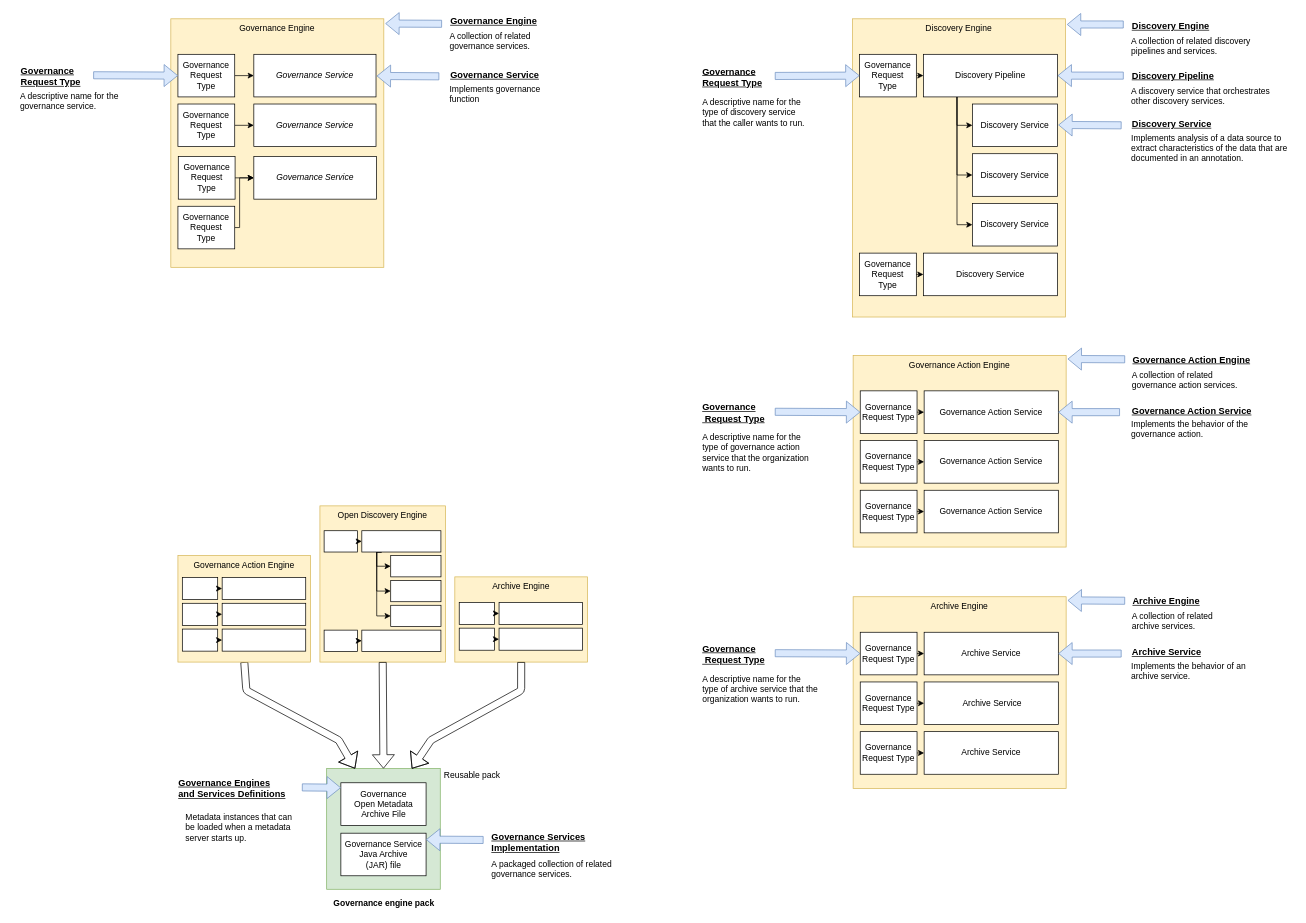
Above: page "governance-engine-packs" (6 of 8) of site/docs/guides/developer/open-metadata-archives/open-metadata-archives.drawio in odpi/egeria-docs (draw.io), before the change. Source tidied: cells renumbered, new cells numbered last; positions are measured from the earlier drawing's top-left corner, leaving out a move shared by most shapes. Both pictures are drawn from the tidied source at 71%, with x=0, y=0 at pixel (12, 13).
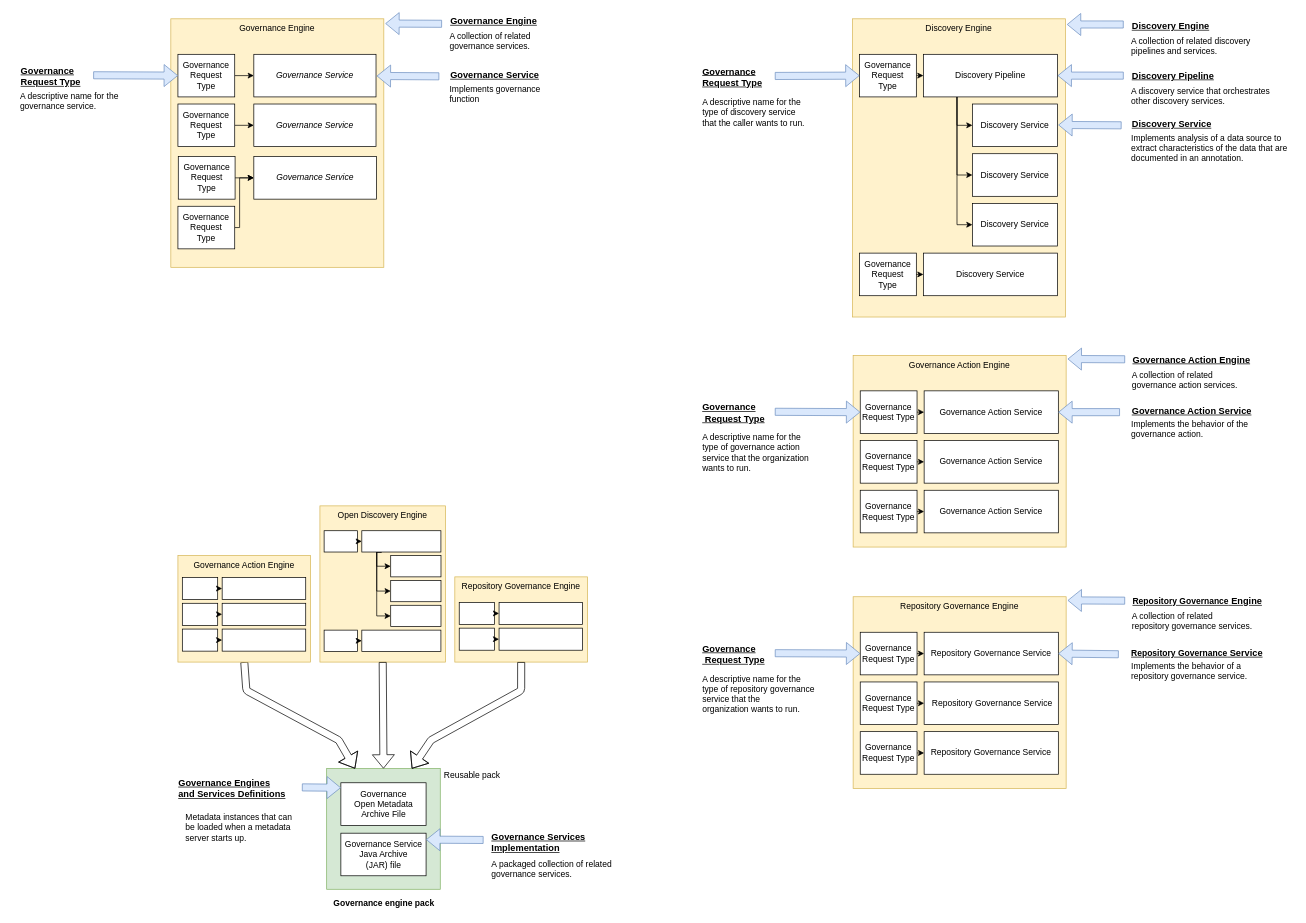
The same diagram, later.

Diff of the diagram source:
```diff
@@
-    <mxCell id="68" value="Archive Engine" style="rounded=0;whiteSpace=wrap;html=1;verticalAlign=top;fillColor=#fff2cc;strokeColor=#d6b656;" parent="1" vertex="1">
+    <mxCell id="68" value="Repository Governance Engine" style="rounded=0;whiteSpace=wrap;html=1;verticalAlign=top;fillColor=#fff2cc;strokeColor=#d6b656;" parent="1" vertex="1">
       <mxGeometry x="1184.1" y="821" width="300" height="270" as="geometry" />
     </mxCell>
-    <mxCell id="69" value="Archive Service" style="rounded=0;whiteSpace=wrap;html=1;" parent="1" vertex="1">
+    <mxCell id="69" value="Repository Governance Service" style="rounded=0;whiteSpace=wrap;html=1;" parent="1" vertex="1">
       <mxGeometry x="1284.1" y="871" width="189" height="60" as="geometry" />
     </mxCell>
-    <mxCell id="70" value="A collection of related&lt;br&gt;archive services." style="text;html=1;align=left;verticalAlign=top;spacingTop=0;spacingLeft=9;" parent="1" vertex="1">
-      <mxGeometry x="1566.1" y="835" width="140" height="30" as="geometry" />
+    <mxCell id="70" value="A collection of related&lt;br&gt;repository governance services." style="text;html=1;align=left;verticalAlign=top;spacingTop=0;spacingLeft=9;" parent="1" vertex="1">
+      <mxGeometry x="1566.1" y="835" width="190" height="30" as="geometry" />
     </mxCell>
-    <mxCell id="71" value="Implements the behavior of an&lt;br&gt;archive service.&amp;nbsp;" style="text;html=1;align=left;verticalAlign=top;spacingTop=0;spacingLeft=9;" parent="1" vertex="1">
+    <mxCell id="71" value="Implements the behavior of a&lt;br&gt;repository governance service.&amp;nbsp;" style="text;html=1;align=left;verticalAlign=top;spacingTop=0;spacingLeft=9;" parent="1" vertex="1">
       <mxGeometry x="1565.1" y="905" width="190" height="30" as="geometry" />
     </mxCell>
@@
-    <mxCell id="74" value="Archive Engine" style="text;html=1;points=[];align=left;verticalAlign=top;spacingTop=-4;fontSize=13;fontStyle=5;spacingLeft=9;" parent="1" vertex="1">
-      <mxGeometry x="1567.1" y="817" width="120" height="20" as="geometry" />
+    <mxCell id="74" value="&lt;span style=&quot;font-size: 12px ; text-align: center&quot;&gt;Repository Governance&lt;/span&gt;&amp;nbsp;Engine" style="text;html=1;points=[];align=left;verticalAlign=top;spacingTop=-4;fontSize=13;fontStyle=5;spacingLeft=9;" parent="1" vertex="1">
+      <mxGeometry x="1567.1" y="817" width="210" height="20" as="geometry" />
     </mxCell>
-    <mxCell id="75" value="Archive Service" style="text;html=1;points=[];align=left;verticalAlign=top;spacingTop=-4;fontSize=13;fontStyle=5;spacingLeft=9;" parent="1" vertex="1">
-      <mxGeometry x="1566.1" y="889" width="120" height="20" as="geometry" />
+    <mxCell id="75" value="&lt;span style=&quot;font-size: 12px ; text-align: center&quot;&gt;Repository Governance&lt;/span&gt;&amp;nbsp;Service" style="text;html=1;points=[];align=left;verticalAlign=top;spacingTop=-4;fontSize=13;fontStyle=5;spacingLeft=9;" parent="1" vertex="1">
+      <mxGeometry x="1565.1" y="890" width="210" height="20" as="geometry" />
     </mxCell>
@@
-    <mxCell id="78" value="A descriptive name for the&lt;br&gt;type of archive service that the&lt;br&gt;organization wants to run." style="text;html=1;align=left;verticalAlign=top;spacingTop=0;spacingLeft=9;" parent="1" vertex="1">
-      <mxGeometry x="961" y="923" width="190" height="50" as="geometry" />
+    <mxCell id="78" value="A descriptive name for the&lt;br&gt;type of repository governance &lt;br&gt;service that the&lt;br&gt;organization wants to run." style="text;html=1;align=left;verticalAlign=top;spacingTop=0;spacingLeft=9;" parent="1" vertex="1">
+      <mxGeometry x="961" y="923" width="180" height="60" as="geometry" />
     </mxCell>
@@
-    <mxCell id="81" value="&amp;nbsp;Archive Service" style="rounded=0;whiteSpace=wrap;html=1;" parent="1" vertex="1">
+    <mxCell id="81" value="&amp;nbsp;Repository Governance&amp;nbsp;Service" style="rounded=0;whiteSpace=wrap;html=1;" parent="1" vertex="1">
       <mxGeometry x="1284.1" y="941" width="189" height="60" as="geometry" />
     </mxCell>
@@
-    <mxCell id="84" value="Archive Service" style="rounded=0;whiteSpace=wrap;html=1;" parent="1" vertex="1">
+    <mxCell id="84" value="Repository Governance&amp;nbsp;Service" style="rounded=0;whiteSpace=wrap;html=1;" parent="1" vertex="1">
       <mxGeometry x="1284.1" y="1011" width="189" height="60" as="geometry" />
     </mxCell>
@@
-    <mxCell id="99" value="Archive Engine" style="rounded=0;whiteSpace=wrap;html=1;verticalAlign=top;fillColor=#fff2cc;strokeColor=#d6b656;" parent="1" vertex="1">
+    <mxCell id="99" value="Repository Governance Engine" style="rounded=0;whiteSpace=wrap;html=1;verticalAlign=top;fillColor=#fff2cc;strokeColor=#d6b656;" parent="1" vertex="1">
       <mxGeometry x="623.1" y="793" width="186.9" height="120" as="geometry" />
     </mxCell>
```
